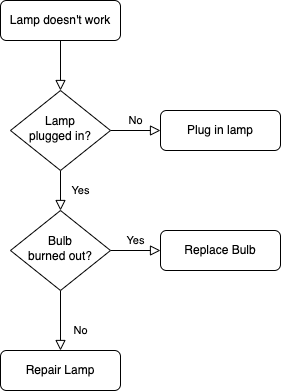
Above: latihan_python/logika algoritma/flowchart1.drawio.png in githaganendra/Belajar-python (draw.io), before the change. Source tidied: cells renumbered, new cells last; positions are measured from the earlier drawing's top-left corner, leaving out a move shared by most shapes. Source of this version:
```xml
<mxGraphModel>
  <root>
    <mxCell id="0" />
    <mxCell id="1" parent="0" />
    <mxCell id="2" style="rounded=0;html=1;jettySize=auto;fontSize=11;endArrow=block;endFill=0;endSize=8;strokeWidth=1;shadow=0;labelBackgroundColor=none;edgeStyle=orthogonalEdgeStyle;" parent="1" edge="1" source="3" target="6">
      <mxGeometry relative="1" as="geometry" />
    </mxCell>
    <mxCell id="3" value="Lamp doesn't work" style="rounded=1;whiteSpace=wrap;html=1;fontSize=12;glass=0;strokeWidth=1;shadow=0;" parent="1" vertex="1">
      <mxGeometry width="120" height="40" as="geometry" />
    </mxCell>
    <mxCell id="4" value="Yes" style="rounded=0;html=1;jettySize=auto;fontSize=11;endArrow=block;endFill=0;endSize=8;strokeWidth=1;shadow=0;labelBackgroundColor=none;edgeStyle=orthogonalEdgeStyle;" parent="1" edge="1" source="6" target="10">
      <mxGeometry y="20" relative="1" as="geometry" />
    </mxCell>
    <mxCell id="5" value="No" style="edgeStyle=orthogonalEdgeStyle;rounded=0;html=1;jettySize=auto;fontSize=11;endArrow=block;endFill=0;endSize=8;strokeWidth=1;shadow=0;labelBackgroundColor=none;" parent="1" edge="1" source="6" target="7">
      <mxGeometry y="10" relative="1" as="geometry" />
    </mxCell>
    <mxCell id="6" value="Lamp&lt;br&gt;plugged in?" style="rhombus;whiteSpace=wrap;html=1;shadow=0;fontFamily=Helvetica;fontSize=12;align=center;strokeWidth=1;spacing=6;spacingTop=-4;" parent="1" vertex="1">
      <mxGeometry x="10" y="90" width="100" height="80" as="geometry" />
    </mxCell>
    <mxCell id="7" value="Plug in lamp" style="rounded=1;whiteSpace=wrap;html=1;fontSize=12;glass=0;strokeWidth=1;shadow=0;" parent="1" vertex="1">
      <mxGeometry x="160" y="110" width="120" height="40" as="geometry" />
    </mxCell>
    <mxCell id="8" value="No" style="rounded=0;html=1;jettySize=auto;fontSize=11;endArrow=block;endFill=0;endSize=8;strokeWidth=1;shadow=0;labelBackgroundColor=none;edgeStyle=orthogonalEdgeStyle;" parent="1" edge="1" source="10" target="11">
      <mxGeometry x="0.33" y="20" relative="1" as="geometry" />
    </mxCell>
    <mxCell id="9" value="Yes" style="edgeStyle=orthogonalEdgeStyle;rounded=0;html=1;jettySize=auto;fontSize=11;endArrow=block;endFill=0;endSize=8;strokeWidth=1;shadow=0;labelBackgroundColor=none;" parent="1" edge="1" source="10" target="12">
      <mxGeometry y="10" relative="1" as="geometry" />
    </mxCell>
    <mxCell id="10" value="Bulb&lt;br&gt;burned out?" style="rhombus;whiteSpace=wrap;html=1;shadow=0;fontFamily=Helvetica;fontSize=12;align=center;strokeWidth=1;spacing=6;spacingTop=-4;" parent="1" vertex="1">
      <mxGeometry x="10" y="210" width="100" height="80" as="geometry" />
    </mxCell>
    <mxCell id="11" value="Repair Lamp" style="rounded=1;whiteSpace=wrap;html=1;fontSize=12;glass=0;strokeWidth=1;shadow=0;" parent="1" vertex="1">
      <mxGeometry y="350" width="120" height="40" as="geometry" />
    </mxCell>
    <mxCell id="12" value="Replace Bulb" style="rounded=1;whiteSpace=wrap;html=1;fontSize=12;glass=0;strokeWidth=1;shadow=0;" parent="1" vertex="1">
      <mxGeometry x="160" y="230" width="120" height="40" as="geometry" />
    </mxCell>
  </root>
</mxGraphModel>
```
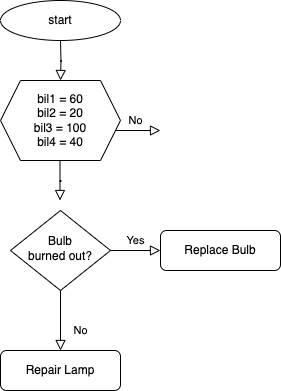
After the change.

What changed in the source:
```diff
@@ -2,24 +2,18 @@
   <root>
     <mxCell id="0" />
     <mxCell id="1" parent="0" />
-    <mxCell id="2" style="rounded=0;html=1;jettySize=auto;fontSize=11;endArrow=block;endFill=0;endSize=8;strokeWidth=1;shadow=0;labelBackgroundColor=none;edgeStyle=orthogonalEdgeStyle;" parent="1" edge="1" source="3" target="6">
-      <mxGeometry relative="1" as="geometry" />
+    <mxCell id="2" style="rounded=0;html=1;jettySize=auto;orthogonalLoop=1;fontSize=11;endArrow=block;endFill=0;endSize=8;strokeWidth=1;shadow=0;labelBackgroundColor=none;edgeStyle=orthogonalEdgeStyle;" parent="1" edge="1">
+      <mxGeometry relative="1" as="geometry">
+        <mxPoint x="60" y="40" as="sourcePoint" />
+        <mxPoint x="60" y="80" as="targetPoint" />
+      </mxGeometry>
     </mxCell>
-    <mxCell id="3" value="Lamp doesn't work" style="rounded=1;whiteSpace=wrap;html=1;fontSize=12;glass=0;strokeWidth=1;shadow=0;" parent="1" vertex="1">
-      <mxGeometry width="120" height="40" as="geometry" />
-    </mxCell>
-    <mxCell id="4" value="Yes" style="rounded=0;html=1;jettySize=auto;fontSize=11;endArrow=block;endFill=0;endSize=8;strokeWidth=1;shadow=0;labelBackgroundColor=none;edgeStyle=orthogonalEdgeStyle;" parent="1" edge="1" source="6" target="10">
-      <mxGeometry y="20" relative="1" as="geometry" />
-    </mxCell>
-    <mxCell id="5" value="No" style="edgeStyle=orthogonalEdgeStyle;rounded=0;html=1;jettySize=auto;fontSize=11;endArrow=block;endFill=0;endSize=8;strokeWidth=1;shadow=0;labelBackgroundColor=none;" parent="1" edge="1" source="6" target="7">
-      <mxGeometry y="10" relative="1" as="geometry" />
+    <mxCell id="5" value="No" style="edgeStyle=orthogonalEdgeStyle;rounded=0;html=1;jettySize=auto;orthogonalLoop=1;fontSize=11;endArrow=block;endFill=0;endSize=8;strokeWidth=1;shadow=0;labelBackgroundColor=none;" parent="1" edge="1">
+      <mxGeometry y="10" relative="1" as="geometry">
+        <mxPoint x="110" y="130" as="sourcePoint" />
+        <mxPoint x="160" y="130" as="targetPoint" />
+      </mxGeometry>
     </mxCell>
-    <mxCell id="6" value="Lamp&lt;br&gt;plugged in?" style="rhombus;whiteSpace=wrap;html=1;shadow=0;fontFamily=Helvetica;fontSize=12;align=center;strokeWidth=1;spacing=6;spacingTop=-4;" parent="1" vertex="1">
-      <mxGeometry x="10" y="90" width="100" height="80" as="geometry" />
-    </mxCell>
-    <mxCell id="7" value="Plug in lamp" style="rounded=1;whiteSpace=wrap;html=1;fontSize=12;glass=0;strokeWidth=1;shadow=0;" parent="1" vertex="1">
-      <mxGeometry x="160" y="110" width="120" height="40" as="geometry" />
-    </mxCell>
     <mxCell id="8" value="No" style="rounded=0;html=1;jettySize=auto;fontSize=11;endArrow=block;endFill=0;endSize=8;strokeWidth=1;shadow=0;labelBackgroundColor=none;edgeStyle=orthogonalEdgeStyle;" parent="1" edge="1" source="10" target="11">
       <mxGeometry x="0.33" y="20" relative="1" as="geometry" />
     </mxCell>
@@ -35,5 +29,23 @@
     <mxCell id="12" value="Replace Bulb" style="rounded=1;whiteSpace=wrap;html=1;fontSize=12;glass=0;strokeWidth=1;shadow=0;" parent="1" vertex="1">
       <mxGeometry x="160" y="230" width="120" height="40" as="geometry" />
     </mxCell>
+    <mxCell id="13" value="start" style="ellipse;whiteSpace=wrap;html=1;" parent="1" vertex="1">
+      <mxGeometry width="120" height="40" as="geometry" />
+    </mxCell>
+    <mxCell id="14" value="bil1 = 60&lt;div&gt;bil2 = 20&lt;/div&gt;&lt;div&gt;bil3 = 100&lt;/div&gt;&lt;div&gt;bil4 = 40&lt;/div&gt;" style="shape=hexagon;perimeter=hexagonPerimeter2;whiteSpace=wrap;html=1;fixedSize=1;" parent="1" vertex="1">
+      <mxGeometry y="80" width="120" height="80" as="geometry" />
+    </mxCell>
+    <mxCell id="15" style="rounded=0;html=1;jettySize=auto;orthogonalLoop=1;fontSize=11;endArrow=block;endFill=0;endSize=8;strokeWidth=1;shadow=0;labelBackgroundColor=none;edgeStyle=orthogonalEdgeStyle;" parent="1" edge="1">
+      <mxGeometry relative="1" as="geometry">
+        <mxPoint x="59.5" y="160" as="sourcePoint" />
+        <mxPoint x="59.5" y="200" as="targetPoint" />
+        <Array as="points">
+          <mxPoint x="59.5" y="181" />
+          <mxPoint x="60.5" y="181" />
+          <mxPoint x="60.5" y="180" />
+          <mxPoint x="59.5" y="180" />
+        </Array>
+      </mxGeometry>
+    </mxCell>
   </root>
 </mxGraphModel>
```
